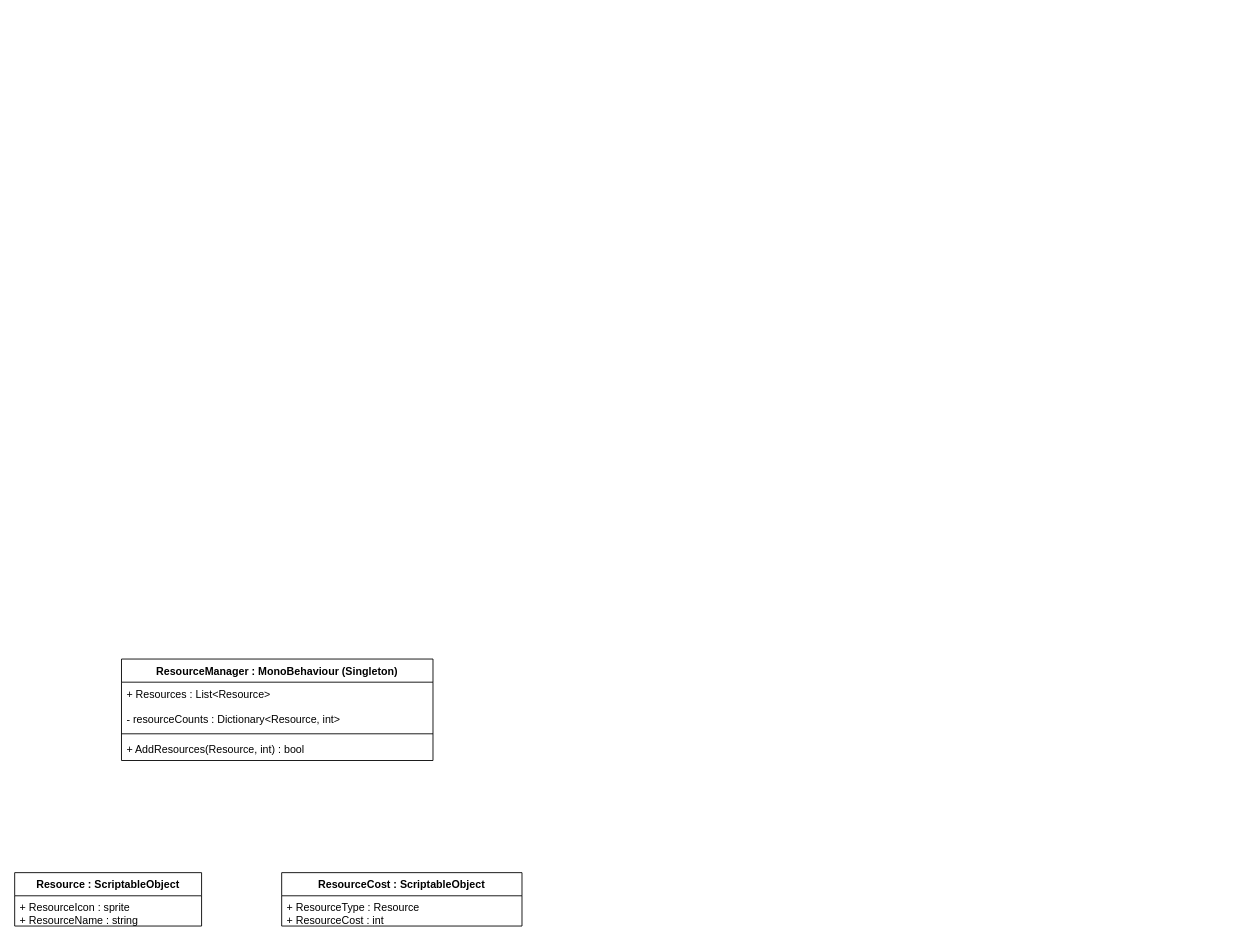
Above: ResourceManager.drawio in Jack-Smith-Hocking/NetworkedRTS (draw.io), before the change. Source tidied: cells renumbered, new cells numbered last; positions are measured from the earlier drawing's top-left corner, leaving out a move shared by most shapes. Both pictures are drawn from the tidied source at 89%, with x=0, y=0 at pixel (14, 659).
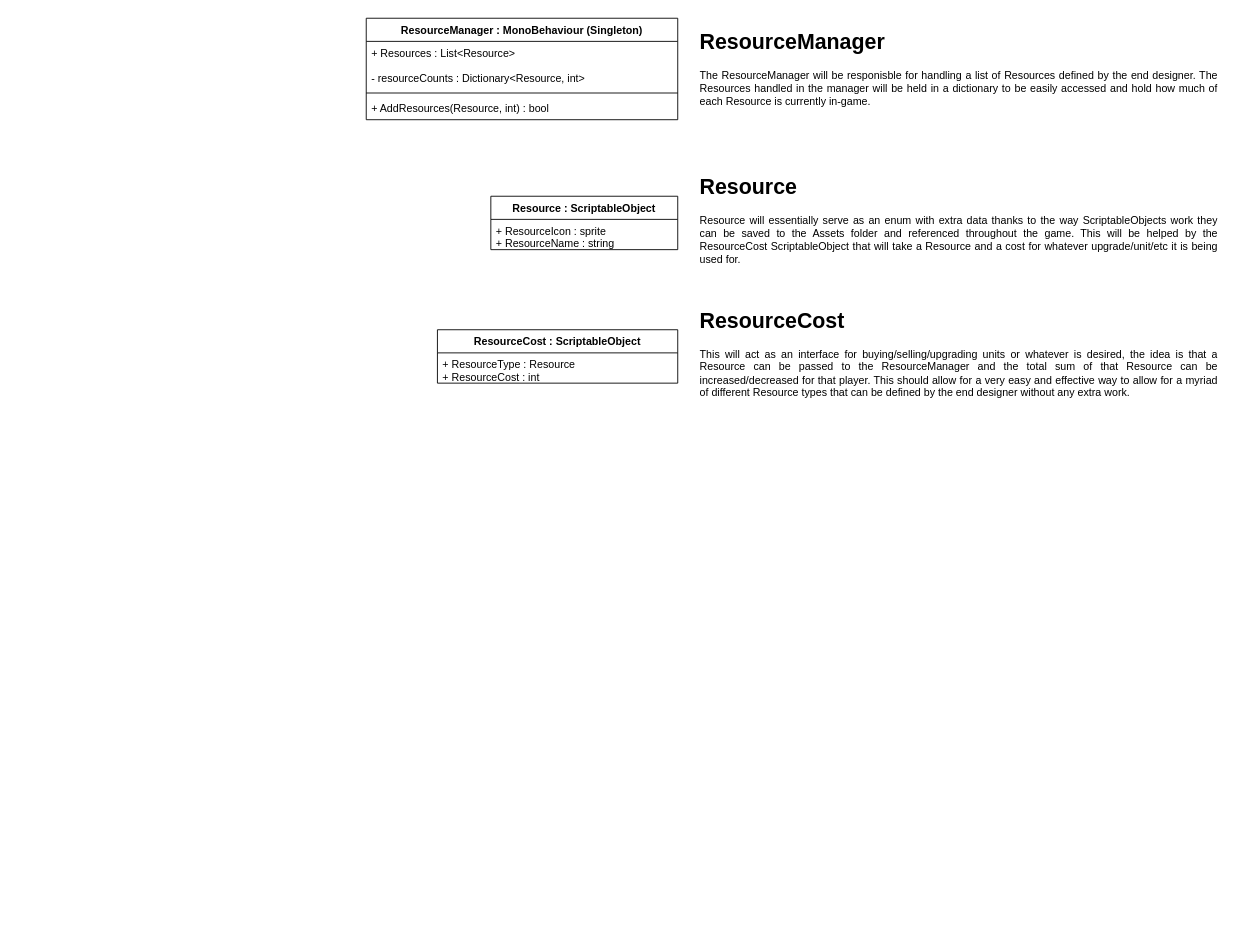
Above is the later version.

Commit message:
- Added extra detail to ResourceManager diagram

What changed in the source:
```diff
@@
 <mxGraphModel>
   <root>
     <mxCell id="0" />
     <mxCell id="1" parent="0" />
-    <mxCell id="2" value="Resource : ScriptableObject" style="swimlane;fontStyle=1;align=center;verticalAlign=top;horizontal=1;startSize=26;" parent="1" vertex="1">
-      <mxGeometry y="240" width="210" height="60" as="geometry" />
-    </mxCell>
-    <mxCell id="3" value="+ ResourceIcon : sprite&#10;+ ResourceName : string" style="text;strokeColor=none;fillColor=none;align=left;verticalAlign=top;spacingLeft=4;spacingRight=4;overflow=hidden;" parent="2" vertex="1">
-      <mxGeometry y="26" width="210" height="34" as="geometry" />
-    </mxCell>
+    <mxCell id="10" value="&lt;h1&gt;ResourceManager&lt;/h1&gt;&lt;p style=&quot;text-align: justify&quot;&gt;The ResourceManager will be responisble for handling a list of Resources defined by the end designer. The Resources handled in the manager will be held in a dictionary to be easily accessed and hold how much of each Resource is currently in-game.&amp;nbsp; &amp;nbsp;&lt;/p&gt;" style="text;html=1;strokeColor=none;fillColor=none;spacing=5;spacingTop=-20;whiteSpace=wrap;overflow=hidden;rounded=0;" parent="1" vertex="1">
+      <mxGeometry x="765" y="-713" width="590" height="100" as="geometry" />
+    </mxCell>
+    <mxCell id="11" value="&lt;h1&gt;Resource&lt;/h1&gt;&lt;p style=&quot;text-align: justify&quot;&gt;Resource will essentially serve as an enum with extra data thanks to the way ScriptableObjects work they can be saved to the Assets folder and referenced throughout the game. This will be helped by the ResourceCost ScriptableObject that will take a Resource and a cost for whatever upgrade/unit/etc it is being used for.&lt;/p&gt;" style="text;html=1;strokeColor=none;fillColor=none;spacing=5;spacingTop=-20;whiteSpace=wrap;overflow=hidden;rounded=0;" parent="1" vertex="1">
+      <mxGeometry x="765" y="-550" width="590" height="120" as="geometry" />
+    </mxCell>
+    <mxCell id="12" value="&lt;h1&gt;ResourceCost&lt;/h1&gt;&lt;p style=&quot;text-align: justify&quot;&gt;This will act as an interface for buying/selling/upgrading units or whatever is desired, the idea is that a Resource can be passed to the ResourceManager and the total sum of that Resource can be increased/decreased for that player. This should allow for a very easy and effective way to allow for a myriad of different Resource types that can be defined by the end designer without any extra work.&lt;/p&gt;" style="text;html=1;strokeColor=none;fillColor=none;spacing=5;spacingTop=-20;whiteSpace=wrap;overflow=hidden;rounded=0;" parent="1" vertex="1">
+      <mxGeometry x="765" y="-400" width="590" height="120" as="geometry" />
+    </mxCell>
     <mxCell id="4" value="ResourceManager : MonoBehaviour (Singleton)" style="swimlane;fontStyle=1;align=center;verticalAlign=top;horizontal=1;startSize=26;" parent="1" vertex="1">
-      <mxGeometry x="120" width="350" height="114" as="geometry" />
+      <mxGeometry x="395" y="-720" width="350" height="114" as="geometry" />
     </mxCell>
     <mxCell id="5" value="+ Resources : List&lt;Resource&gt;&#10;&#10;- resourceCounts : Dictionary&lt;Resource, int&gt;" style="text;strokeColor=none;fillColor=none;align=left;verticalAlign=top;spacingLeft=4;spacingRight=4;overflow=hidden;" parent="4" vertex="1">
       <mxGeometry y="26" width="350" height="54" as="geometry" />
     </mxCell>
     <mxCell id="6" style="line;strokeWidth=1;fillColor=none;align=left;verticalAlign=middle;spacingTop=-1;spacingLeft=3;spacingRight=3;labelPosition=right;" parent="4" vertex="1">
       <mxGeometry y="80" width="350" height="8" as="geometry" />
     </mxCell>
     <mxCell id="7" value="+ AddResources(Resource, int) : bool" style="text;strokeColor=none;fillColor=none;align=left;verticalAlign=top;spacingLeft=4;spacingRight=4;overflow=hidden;" parent="4" vertex="1">
       <mxGeometry y="88" width="350" height="26" as="geometry" />
     </mxCell>
     <mxCell id="8" value="ResourceCost : ScriptableObject" style="swimlane;fontStyle=1;align=center;verticalAlign=top;horizontal=1;startSize=26;" parent="1" vertex="1">
-      <mxGeometry x="300" y="240" width="270" height="60" as="geometry" />
+      <mxGeometry x="475" y="-370" width="270" height="60" as="geometry" />
     </mxCell>
     <mxCell id="9" value="+ ResourceType : Resource &#10;+ ResourceCost : int" style="text;strokeColor=none;fillColor=none;align=left;verticalAlign=top;spacingLeft=4;spacingRight=4;overflow=hidden;" parent="8" vertex="1">
       <mxGeometry y="26" width="270" height="34" as="geometry" />
     </mxCell>
+    <mxCell id="2" value="Resource : ScriptableObject" style="swimlane;fontStyle=1;align=center;verticalAlign=top;horizontal=1;startSize=26;" parent="1" vertex="1">
+      <mxGeometry x="535" y="-520" width="210" height="60" as="geometry" />
+    </mxCell>
+    <mxCell id="3" value="+ ResourceIcon : sprite&#10;+ ResourceName : string" style="text;strokeColor=none;fillColor=none;align=left;verticalAlign=top;spacingLeft=4;spacingRight=4;overflow=hidden;" parent="2" vertex="1">
+      <mxGeometry y="26" width="210" height="34" as="geometry" />
+    </mxCell>
   </root>
 </mxGraphModel>
```
